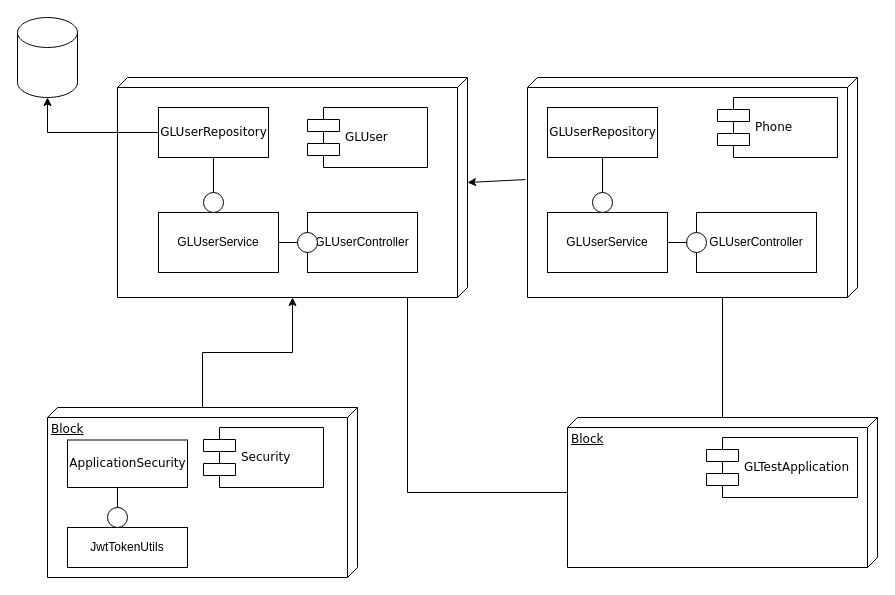
Earlier version of the draw.io diagram diagrams/glTest.drawio (nisanio/test_gl). Source tidied: cells renumbered, new cells numbered last; positions are measured from the earlier drawing's top-left corner, leaving out a move shared by most shapes. Both pictures are drawn from the tidied source at 100%, with x=0, y=0 at pixel (17, 17).
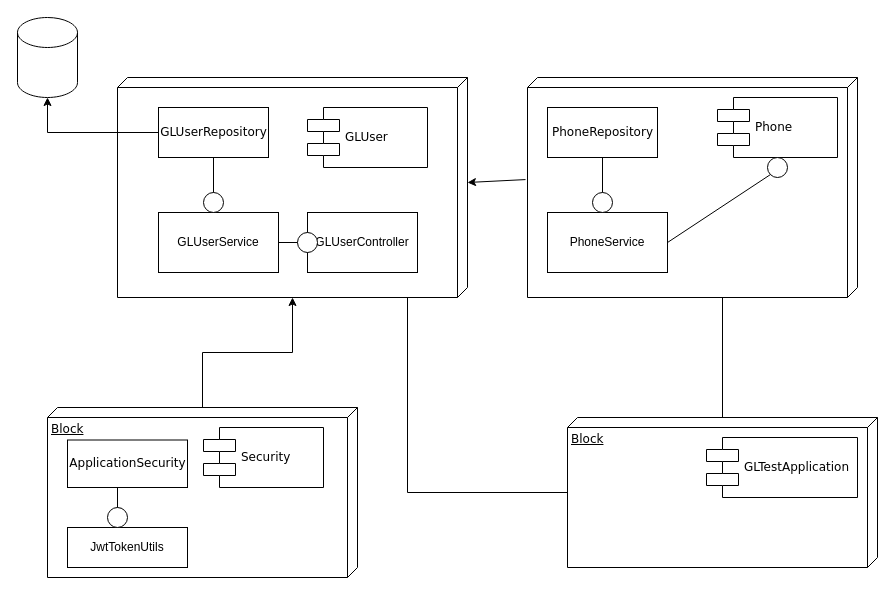
Above is the later version.

Commit message (it also covers changes not shown here):
fix typo on diagram

Change to the diagram source:
```diff
@@
-    <mxCell id="22" value="GLUserRepository" style="html=1;rounded=0;shadow=0;comic=0;labelBackgroundColor=none;strokeWidth=1;fontFamily=Verdana;fontSize=12;align=center;" parent="1" vertex="1">
+    <mxCell id="22" value="PhoneRepository" style="html=1;rounded=0;shadow=0;comic=0;labelBackgroundColor=none;strokeWidth=1;fontFamily=Verdana;fontSize=12;align=center;" parent="1" vertex="1">
       <mxGeometry x="530" y="90" width="110" height="50" as="geometry" />
     </mxCell>
-    <mxCell id="23" value="GLUserController" style="rounded=0;whiteSpace=wrap;html=1;" parent="1" vertex="1">
-      <mxGeometry x="679" y="195" width="120" height="60" as="geometry" />
-    </mxCell>
-    <mxCell id="24" value="GLUserService" style="rounded=0;whiteSpace=wrap;html=1;" parent="1" vertex="1">
+    <mxCell id="24" value="PhoneService" style="rounded=0;whiteSpace=wrap;html=1;" parent="1" vertex="1">
       <mxGeometry x="530" y="195" width="120" height="60" as="geometry" />
     </mxCell>
@@
     <mxCell id="27" style="ellipse;whiteSpace=wrap;html=1;rounded=0;shadow=0;comic=0;labelBackgroundColor=none;strokeWidth=1;fontFamily=Verdana;fontSize=12;align=center;" parent="1" vertex="1">
-      <mxGeometry x="669" y="215" width="20" height="20" as="geometry" />
+      <mxGeometry x="750" y="140" width="20" height="20" as="geometry" />
     </mxCell>
-    <mxCell id="28" style="endArrow=none;html=1;rounded=0;" parent="1" edge="1">
+    <mxCell id="28" style="endArrow=none;html=1;rounded=0;exitX=0;exitY=1;exitDx=0;exitDy=0;" parent="1" edge="1" source="27">
       <mxGeometry relative="1" as="geometry">
-        <mxPoint x="670" y="225" as="sourcePoint" />
         <mxPoint x="650" y="225" as="targetPoint" />
       </mxGeometry>
     </mxCell>
```
